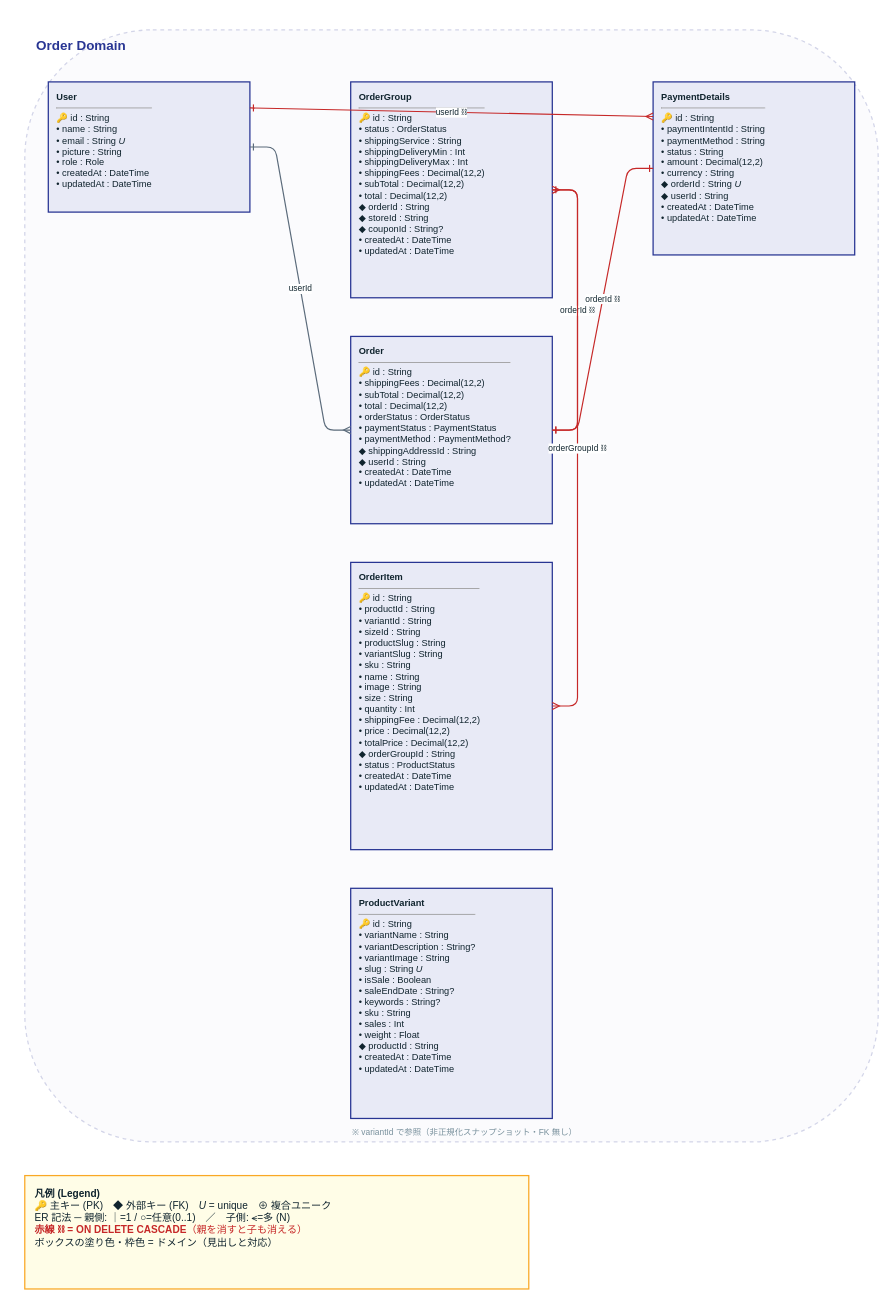
myoshi2891/Multi-Vendor-E-Commerce keeps this draw.io diagram as page "5. Order" (5 of 8) of docs/architecture/data-model.drawio. Above is the earlier version. Source tidied: cells renumbered, new cells numbered last; positions are measured from the earlier drawing's top-left corner, leaving out a move shared by most shapes. Both pictures are drawn from the tidied source at 84%, with x=0, y=0 at pixel (24, 29).
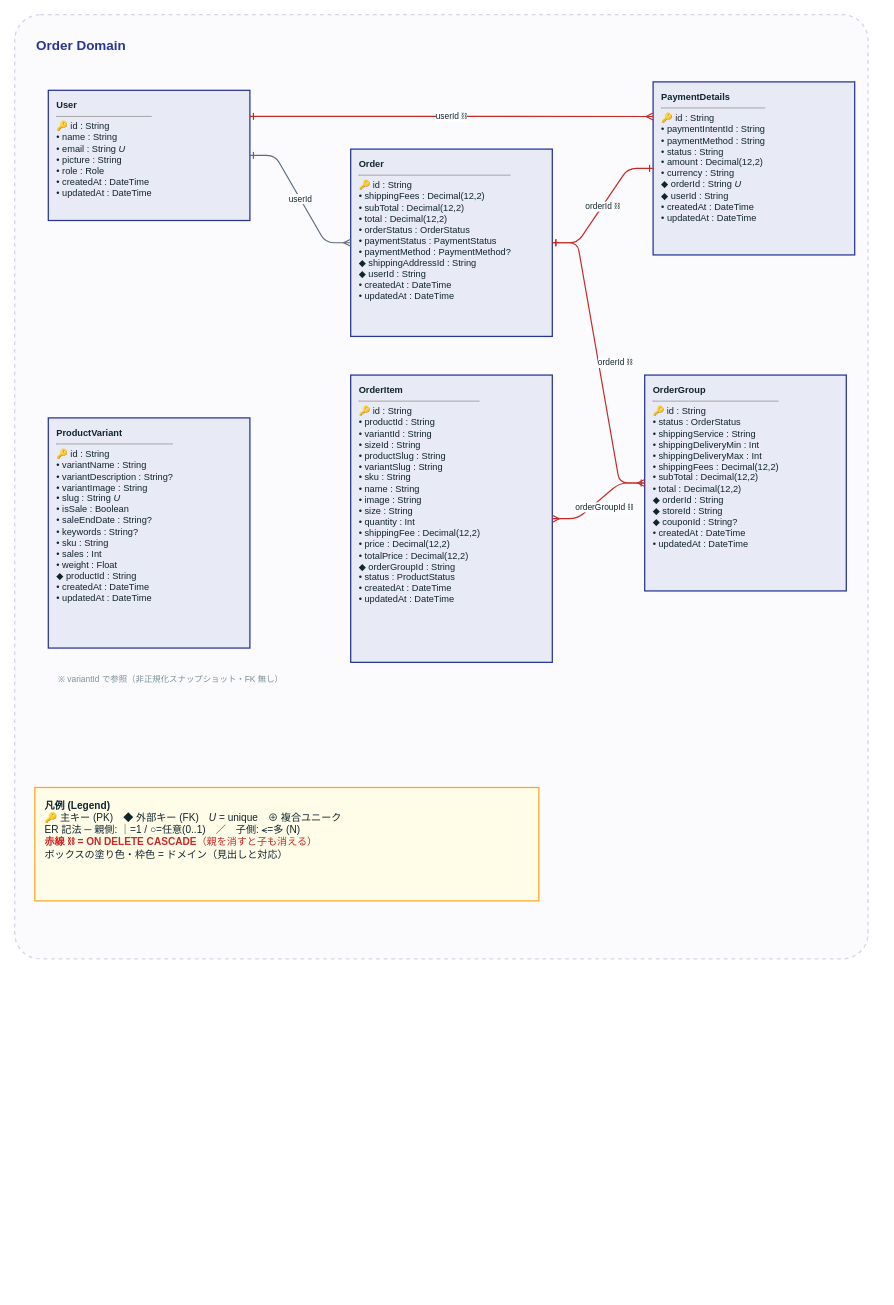
Above is the later version.

Unchanged cells that the change refers to:
```xml
<mxCell id="8" value="&lt;b&gt;PaymentDetails&lt;/b&gt;&lt;hr size=&quot;1&quot;/&gt;🔑 id : String&lt;br/&gt;• paymentIntentId : String&lt;br/&gt;• paymentMethod : String&lt;br/&gt;• status : String&lt;br/&gt;• amount : Decimal(12,2)&lt;br/&gt;• currency : String&lt;br/&gt;◆ orderId : String &lt;i&gt;U&lt;/i&gt;&lt;br/&gt;◆ userId : String&lt;br/&gt;• createdAt : DateTime&lt;br/&gt;• updatedAt : DateTime" style="rounded=2;whiteSpace=wrap;html=1;align=left;verticalAlign=top;spacingLeft=8;spacingTop=5;spacingRight=6;fillColor=#E8EAF6;strokeColor=#283593;strokeWidth=1.5;fontSize=11;fontColor=#10242E;" parent="1" vertex="1">
  <mxGeometry x="748" y="62" width="240" height="206" as="geometry" />
</mxCell>
```

What changed in the source:
```diff
@@
-    <mxCell id="2" style="rounded=1;fillColor=#E8EAF6;opacity=20;strokeColor=#283593;dashed=1;strokeWidth=1.5;verticalAlign=top;" parent="1" vertex="1">
-      <mxGeometry width="1016" height="1324" as="geometry" />
+    <mxCell id="2" style="rounded=1;fillColor=#E8EAF6;opacity=20;strokeColor=#283593;dashed=1;strokeWidth=1.5;verticalAlign=top;arcSize=3;" parent="1" vertex="1">
+      <mxGeometry x="-12" y="-18" width="1016" height="1124" as="geometry" />
     </mxCell>
@@
     <mxCell id="4" value="&lt;b&gt;User&lt;/b&gt;&lt;hr size=&quot;1&quot;/&gt;🔑 id : String&lt;br/&gt;• name : String&lt;br/&gt;• email : String &lt;i&gt;U&lt;/i&gt;&lt;br/&gt;• picture : String&lt;br/&gt;• role : Role&lt;br/&gt;• createdAt : DateTime&lt;br/&gt;• updatedAt : DateTime" style="rounded=2;whiteSpace=wrap;html=1;align=left;verticalAlign=top;spacingLeft=8;spacingTop=5;spacingRight=6;fillColor=#E8EAF6;strokeColor=#283593;strokeWidth=1.5;fontSize=11;fontColor=#10242E;" parent="1" vertex="1">
-      <mxGeometry x="28" y="62" width="240" height="155" as="geometry" />
+      <mxGeometry x="28" y="72" width="240" height="155" as="geometry" />
     </mxCell>
     <mxCell id="5" value="&lt;b&gt;OrderGroup&lt;/b&gt;&lt;hr size=&quot;1&quot;/&gt;🔑 id : String&lt;br/&gt;• status : OrderStatus&lt;br/&gt;• shippingService : String&lt;br/&gt;• shippingDeliveryMin : Int&lt;br/&gt;• shippingDeliveryMax : Int&lt;br/&gt;• shippingFees : Decimal(12,2)&lt;br/&gt;• subTotal : Decimal(12,2)&lt;br/&gt;• total : Decimal(12,2)&lt;br/&gt;◆ orderId : String&lt;br/&gt;◆ storeId : String&lt;br/&gt;◆ couponId : String?&lt;br/&gt;• createdAt : DateTime&lt;br/&gt;• updatedAt : DateTime" style="rounded=2;whiteSpace=wrap;html=1;align=left;verticalAlign=top;spacingLeft=8;spacingTop=5;spacingRight=6;fillColor=#E8EAF6;strokeColor=#283593;strokeWidth=1.5;fontSize=11;fontColor=#10242E;" parent="1" vertex="1">
-      <mxGeometry x="388" y="62" width="240" height="257" as="geometry" />
+      <mxGeometry x="738" y="411" width="240" height="257" as="geometry" />
     </mxCell>
     <mxCell id="6" value="&lt;b&gt;Order&lt;/b&gt;&lt;hr size=&quot;1&quot;/&gt;🔑 id : String&lt;br/&gt;• shippingFees : Decimal(12,2)&lt;br/&gt;• subTotal : Decimal(12,2)&lt;br/&gt;• total : Decimal(12,2)&lt;br/&gt;• orderStatus : OrderStatus&lt;br/&gt;• paymentStatus : PaymentStatus&lt;br/&gt;• paymentMethod : PaymentMethod?&lt;br/&gt;◆ shippingAddressId : String&lt;br/&gt;◆ userId : String&lt;br/&gt;• createdAt : DateTime&lt;br/&gt;• updatedAt : DateTime" style="rounded=2;whiteSpace=wrap;html=1;align=left;verticalAlign=top;spacingLeft=8;spacingTop=5;spacingRight=6;fillColor=#E8EAF6;strokeColor=#283593;strokeWidth=1.5;fontSize=11;fontColor=#10242E;" parent="1" vertex="1">
-      <mxGeometry x="388" y="365" width="240" height="223" as="geometry" />
+      <mxGeometry x="388" y="142" width="240" height="223" as="geometry" />
     </mxCell>
     <mxCell id="7" value="&lt;b&gt;OrderItem&lt;/b&gt;&lt;hr size=&quot;1&quot;/&gt;🔑 id : String&lt;br/&gt;• productId : String&lt;br/&gt;• variantId : String&lt;br/&gt;• sizeId : String&lt;br/&gt;• productSlug : String&lt;br/&gt;• variantSlug : String&lt;br/&gt;• sku : String&lt;br/&gt;• name : String&lt;br/&gt;• image : String&lt;br/&gt;• size : String&lt;br/&gt;• quantity : Int&lt;br/&gt;• shippingFee : Decimal(12,2)&lt;br/&gt;• price : Decimal(12,2)&lt;br/&gt;• totalPrice : Decimal(12,2)&lt;br/&gt;◆ orderGroupId : String&lt;br/&gt;• status : ProductStatus&lt;br/&gt;• createdAt : DateTime&lt;br/&gt;• updatedAt : DateTime" style="rounded=2;whiteSpace=wrap;html=1;align=left;verticalAlign=top;spacingLeft=8;spacingTop=5;spacingRight=6;fillColor=#E8EAF6;strokeColor=#283593;strokeWidth=1.5;fontSize=11;fontColor=#10242E;" parent="1" vertex="1">
-      <mxGeometry x="388" y="634" width="240" height="342" as="geometry" />
+      <mxGeometry x="388" y="411" width="240" height="342" as="geometry" />
     </mxCell>
@@
     <mxCell id="9" value="&lt;b&gt;ProductVariant&lt;/b&gt;&lt;hr size=&quot;1&quot;/&gt;🔑 id : String&lt;br/&gt;• variantName : String&lt;br/&gt;• variantDescription : String?&lt;br/&gt;• variantImage : String&lt;br/&gt;• slug : String &lt;i&gt;U&lt;/i&gt;&lt;br/&gt;• isSale : Boolean&lt;br/&gt;• saleEndDate : String?&lt;br/&gt;• keywords : String?&lt;br/&gt;• sku : String&lt;br/&gt;• sales : Int&lt;br/&gt;• weight : Float&lt;br/&gt;◆ productId : String&lt;br/&gt;• createdAt : DateTime&lt;br/&gt;• updatedAt : DateTime" style="rounded=2;whiteSpace=wrap;html=1;align=left;verticalAlign=top;spacingLeft=8;spacingTop=5;spacingRight=6;fillColor=#E8EAF6;strokeColor=#283593;strokeWidth=1.5;fontSize=11;fontColor=#10242E;" parent="1" vertex="1">
-      <mxGeometry x="388" y="1022" width="240" height="274" as="geometry" />
+      <mxGeometry x="28" y="462" width="240" height="274" as="geometry" />
     </mxCell>
     <mxCell id="10" value="※ variantId で参照（非正規化スナップショット・FK 無し）" style="text;html=1;fontSize=10;fontColor=#78909C;align=left;" parent="1" vertex="1">
-      <mxGeometry x="388" y="1300" width="320" height="18" as="geometry" />
+      <mxGeometry x="38" y="761" width="320" height="18" as="geometry" />
     </mxCell>
@@
     <mxCell id="12" value="orderId ⛓" style="edgeStyle=entityRelationEdgeStyle;rounded=1;html=1;fontSize=10;fontColor=#10242E;labelBackgroundColor=#FFFFFF;jumpStyle=arc;jumpSize=10;startArrow=ERone;startFill=0;endArrow=ERmany;endFill=0;strokeColor=#C62828;strokeWidth=1.4;" parent="1" edge="1" source="6" target="5">
-      <mxGeometry relative="1" as="geometry" />
+      <mxGeometry x="0.01" y="20" relative="1" as="geometry">
+        <mxPoint y="1" as="offset" />
+      </mxGeometry>
     </mxCell>
-    <mxCell id="13" value="orderGroupId ⛓" style="edgeStyle=entityRelationEdgeStyle;rounded=1;html=1;fontSize=10;fontColor=#10242E;labelBackgroundColor=#FFFFFF;jumpStyle=arc;jumpSize=10;exitX=1;exitY=0.5;exitDx=0;exitDy=0;entryX=1;entryY=0.5;entryDx=0;entryDy=0;startArrow=ERone;startFill=0;endArrow=ERmany;endFill=0;strokeColor=#C62828;strokeWidth=1.4;" parent="1" edge="1" source="5" target="7">
-      <mxGeometry relative="1" as="geometry">
+    <mxCell id="13" value="orderGroupId ⛓" style="edgeStyle=entityRelationEdgeStyle;rounded=1;html=1;fontSize=10;fontColor=#10242E;labelBackgroundColor=#FFFFFF;jumpStyle=arc;jumpSize=10;entryX=1;entryY=0.5;entryDx=0;entryDy=0;startArrow=ERone;startFill=0;endArrow=ERmany;endFill=0;strokeColor=#C62828;strokeWidth=1.4;" parent="1" edge="1" source="5" target="7">
+      <mxGeometry x="-0.02" y="10" relative="1" as="geometry">
         <Array as="points">
           <mxPoint x="668" y="190" />
           <mxPoint x="668" y="805" />
         </Array>
       </mxGeometry>
     </mxCell>
     <mxCell id="14" value="orderId ⛓" style="edgeStyle=entityRelationEdgeStyle;rounded=1;html=1;fontSize=10;fontColor=#10242E;labelBackgroundColor=#FFFFFF;jumpStyle=arc;jumpSize=10;startArrow=ERone;startFill=0;endArrow=ERone;endFill=0;strokeColor=#C62828;strokeWidth=1.4;" parent="1" edge="1" source="6" target="8">
-      <mxGeometry relative="1" as="geometry" />
+      <mxGeometry x="-0.01" relative="1" as="geometry" />
     </mxCell>
@@
     <mxCell id="16" value="&lt;b&gt;凡例 (Legend)&lt;/b&gt;&lt;br/&gt;🔑 主キー (PK)　◆ 外部キー (FK)　&lt;i&gt;U&lt;/i&gt; = unique　⊕ 複合ユニーク&lt;br/&gt;ER 記法 ─ 親側: ｜=1 / ○=任意(0..1)　／　子側: ⪪=多 (N)&lt;br/&gt;&lt;font color='#C62828'&gt;&lt;b&gt;赤線 ⛓ = ON DELETE CASCADE&lt;/b&gt;（親を消すと子も消える）&lt;/font&gt;&lt;br/&gt;ボックスの塗り色・枠色 = ドメイン（見出しと対応）" style="rounded=2;whiteSpace=wrap;html=1;align=left;verticalAlign=top;spacingLeft=10;spacingTop=8;fillColor=#FFFDE7;strokeColor=#F9A825;strokeWidth=1.5;fontSize=12;fontColor=#10242E;" parent="1" vertex="1">
-      <mxGeometry y="1364" width="600" height="135" as="geometry" />
+      <mxGeometry x="12" y="902" width="600" height="135" as="geometry" />
     </mxCell>
```
